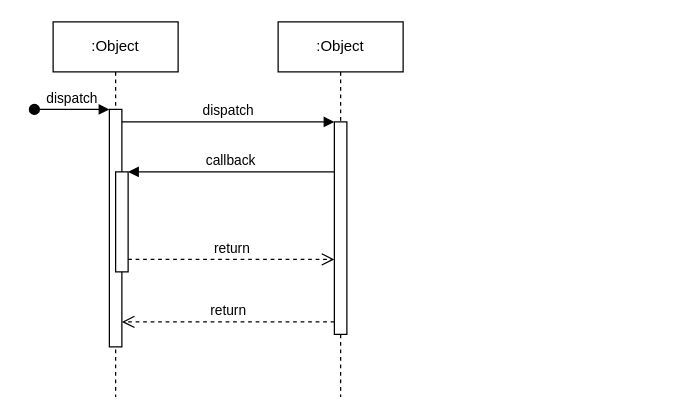
Above: demo/EWB清算流程.drawio in 0573xieguojia/To-program (draw.io), before the change. Source tidied: cells renumbered, new cells numbered last; positions are measured from the earlier drawing's top-left corner, leaving out a move shared by most shapes. Both pictures are drawn from the tidied source at 125%, with x=0, y=0 at pixel (34, 21).
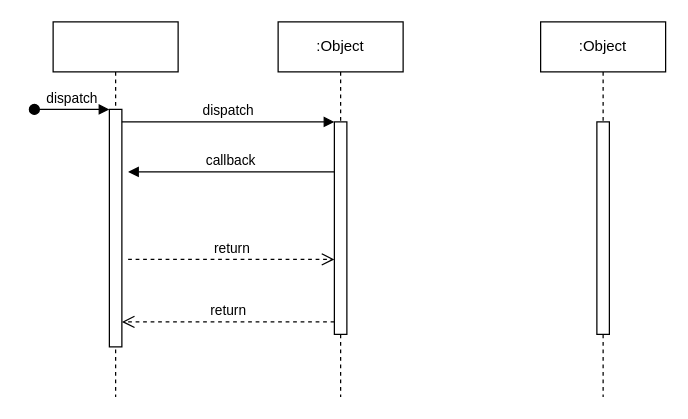
Above is the later version.

Commit message:
更新EWB清算流程.drawio

Diff of the diagram source:
```diff
@@
 <mxGraphModel>
   <root>
     <mxCell id="0" />
     <mxCell id="1" parent="0" />
-    <mxCell id="2" value=":Object" style="shape=umlLifeline;perimeter=lifelinePerimeter;whiteSpace=wrap;html=1;newEdgeStyle={&quot;edgeStyle&quot;:&quot;elbowEdgeStyle&quot;,&quot;elbow&quot;:&quot;vertical&quot;,&quot;curved&quot;:0,&quot;rounded&quot;:0};" parent="1" vertex="1">
+    <mxCell id="2" style="shape=umlLifeline;perimeter=lifelinePerimeter;whiteSpace=wrap;html=1;newEdgeStyle={&quot;edgeStyle&quot;:&quot;elbowEdgeStyle&quot;,&quot;elbow&quot;:&quot;vertical&quot;,&quot;curved&quot;:0,&quot;rounded&quot;:0};" parent="1" vertex="1">
       <mxGeometry x="15" width="100" height="300" as="geometry" />
     </mxCell>
     <mxCell id="3" style="html=1;points=[];perimeter=orthogonalPerimeter;outlineConnect=0;targetShapes=umlLifeline;portConstraint=eastwest;newEdgeStyle={&quot;edgeStyle&quot;:&quot;elbowEdgeStyle&quot;,&quot;elbow&quot;:&quot;vertical&quot;,&quot;curved&quot;:0,&quot;rounded&quot;:0};" parent="2" vertex="1">
       <mxGeometry x="45" y="70" width="10" height="190" as="geometry" />
     </mxCell>
     <mxCell id="4" value="dispatch" style="html=1;verticalAlign=bottom;startArrow=oval;endArrow=block;startSize=8;edgeStyle=elbowEdgeStyle;elbow=vertical;curved=0;rounded=0;" parent="2" edge="1" target="3">
       <mxGeometry relative="1" as="geometry">
         <mxPoint x="-15" y="70" as="sourcePoint" />
       </mxGeometry>
     </mxCell>
-    <mxCell id="5" style="html=1;points=[];perimeter=orthogonalPerimeter;outlineConnect=0;targetShapes=umlLifeline;portConstraint=eastwest;newEdgeStyle={&quot;edgeStyle&quot;:&quot;elbowEdgeStyle&quot;,&quot;elbow&quot;:&quot;vertical&quot;,&quot;curved&quot;:0,&quot;rounded&quot;:0};" parent="2" vertex="1">
-      <mxGeometry x="50" y="120" width="10" height="80" as="geometry" />
-    </mxCell>
     <mxCell id="6" value=":Object" style="shape=umlLifeline;perimeter=lifelinePerimeter;whiteSpace=wrap;html=1;newEdgeStyle={&quot;edgeStyle&quot;:&quot;elbowEdgeStyle&quot;,&quot;elbow&quot;:&quot;vertical&quot;,&quot;curved&quot;:0,&quot;rounded&quot;:0};" parent="1" vertex="1">
       <mxGeometry x="195" width="100" height="300" as="geometry" />
     </mxCell>
     <mxCell id="7" style="html=1;points=[];perimeter=orthogonalPerimeter;outlineConnect=0;targetShapes=umlLifeline;portConstraint=eastwest;newEdgeStyle={&quot;edgeStyle&quot;:&quot;elbowEdgeStyle&quot;,&quot;elbow&quot;:&quot;vertical&quot;,&quot;curved&quot;:0,&quot;rounded&quot;:0};" parent="6" vertex="1">
       <mxGeometry x="45" y="80" width="10" height="170" as="geometry" />
     </mxCell>
     <mxCell id="8" value="dispatch" style="html=1;verticalAlign=bottom;endArrow=block;edgeStyle=elbowEdgeStyle;elbow=vertical;curved=0;rounded=0;" parent="1" edge="1" source="3" target="7">
       <mxGeometry relative="1" as="geometry">
         <Array as="points">
           <mxPoint x="155" y="80" />
         </Array>
       </mxGeometry>
     </mxCell>
     <mxCell id="9" value="return" style="html=1;verticalAlign=bottom;endArrow=open;dashed=1;endSize=8;edgeStyle=elbowEdgeStyle;elbow=vertical;curved=0;rounded=0;" parent="1" edge="1" source="7" target="3">
       <mxGeometry relative="1" as="geometry">
         <Array as="points">
           <mxPoint x="165" y="240" />
         </Array>
       </mxGeometry>
     </mxCell>
-    <mxCell id="10" value="callback" style="html=1;verticalAlign=bottom;endArrow=block;edgeStyle=elbowEdgeStyle;elbow=vertical;curved=0;rounded=0;" parent="1" edge="1" source="7" target="5">
+    <mxCell id="10" value="callback" style="html=1;verticalAlign=bottom;endArrow=block;edgeStyle=elbowEdgeStyle;elbow=vertical;curved=0;rounded=0;" parent="1" edge="1" source="7">
       <mxGeometry relative="1" as="geometry">
+        <mxPoint x="75" y="120" as="targetPoint" />
         <Array as="points">
           <mxPoint x="165" y="120" />
         </Array>
       </mxGeometry>
     </mxCell>
-    <mxCell id="11" value="return" style="html=1;verticalAlign=bottom;endArrow=open;dashed=1;endSize=8;edgeStyle=elbowEdgeStyle;elbow=vertical;curved=0;rounded=0;" parent="1" edge="1" source="5" target="7">
+    <mxCell id="11" value="return" style="html=1;verticalAlign=bottom;endArrow=open;dashed=1;endSize=8;edgeStyle=elbowEdgeStyle;elbow=vertical;curved=0;rounded=0;" parent="1" edge="1" target="7">
       <mxGeometry relative="1" as="geometry">
+        <mxPoint x="75" y="190" as="sourcePoint" />
         <Array as="points">
           <mxPoint x="155" y="190" />
         </Array>
       </mxGeometry>
     </mxCell>
+    <mxCell id="12" value=":Object" style="shape=umlLifeline;perimeter=lifelinePerimeter;whiteSpace=wrap;html=1;newEdgeStyle={&quot;edgeStyle&quot;:&quot;elbowEdgeStyle&quot;,&quot;elbow&quot;:&quot;vertical&quot;,&quot;curved&quot;:0,&quot;rounded&quot;:0};" parent="1" vertex="1">
+      <mxGeometry x="405" width="100" height="300" as="geometry" />
+    </mxCell>
+    <mxCell id="13" style="html=1;perimeter=orthogonalPerimeter;targetShapes=umlLifeline;newEdgeStyle={&quot;edgeStyle&quot;:&quot;elbowEdgeStyle&quot;,&quot;elbow&quot;:&quot;vertical&quot;,&quot;curved&quot;:0,&quot;rounded&quot;:0};" parent="12" vertex="1">
+      <mxGeometry x="45" y="80" width="10" height="170" as="geometry" />
+    </mxCell>
   </root>
 </mxGraphModel>
```
